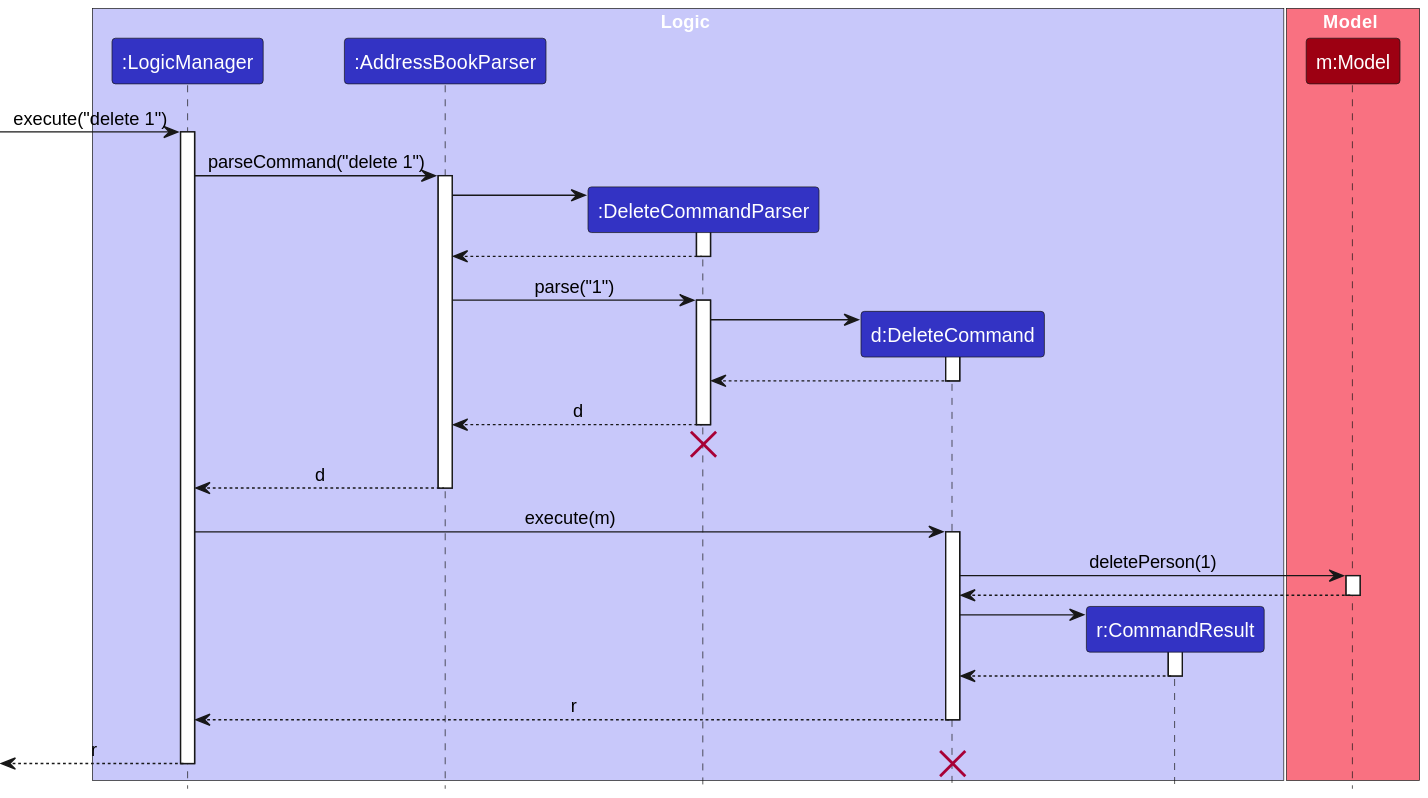
Above: docs/images/DeleteSequenceDiagram.svg in AY2324S2-CS2103-F15-1/tp (PlantUML), before the change. Source of this version:
```plantuml
@startuml
!include style.puml
skinparam ArrowFontStyle plain

box Logic LOGIC_COLOR_T1
participant ":LogicManager" as LogicManager LOGIC_COLOR
participant ":AddressBookParser" as AddressBookParser LOGIC_COLOR
participant ":DeleteCommandParser" as DeleteCommandParser LOGIC_COLOR
participant "d:DeleteCommand" as DeleteCommand LOGIC_COLOR
participant "r:CommandResult" as CommandResult LOGIC_COLOR
end box

box Model MODEL_COLOR_T1
participant "m:Model" as Model MODEL_COLOR
end box

[-> LogicManager : execute("delete 1")
activate LogicManager

LogicManager -> AddressBookParser : parseCommand("delete 1")
activate AddressBookParser

create DeleteCommandParser
AddressBookParser -> DeleteCommandParser
activate DeleteCommandParser

DeleteCommandParser --> AddressBookParser
deactivate DeleteCommandParser

AddressBookParser -> DeleteCommandParser : parse("1")
activate DeleteCommandParser

create DeleteCommand
DeleteCommandParser -> DeleteCommand
activate DeleteCommand

DeleteCommand --> DeleteCommandParser :
deactivate DeleteCommand

DeleteCommandParser --> AddressBookParser : d
deactivate DeleteCommandParser
DeleteCommandParser -[hidden]-> AddressBookParser
destroy DeleteCommandParser

AddressBookParser --> LogicManager : d
deactivate AddressBookParser

LogicManager -> DeleteCommand : execute(m)
activate DeleteCommand

DeleteCommand -> Model : deletePerson(1)
activate Model

Model --> DeleteCommand
deactivate Model

create CommandResult
DeleteCommand -> CommandResult
activate CommandResult

CommandResult --> DeleteCommand
deactivate CommandResult

DeleteCommand --> LogicManager : r
deactivate DeleteCommand

[<--LogicManager : r
deactivate LogicManager
destroy DeleteCommand
@enduml
```
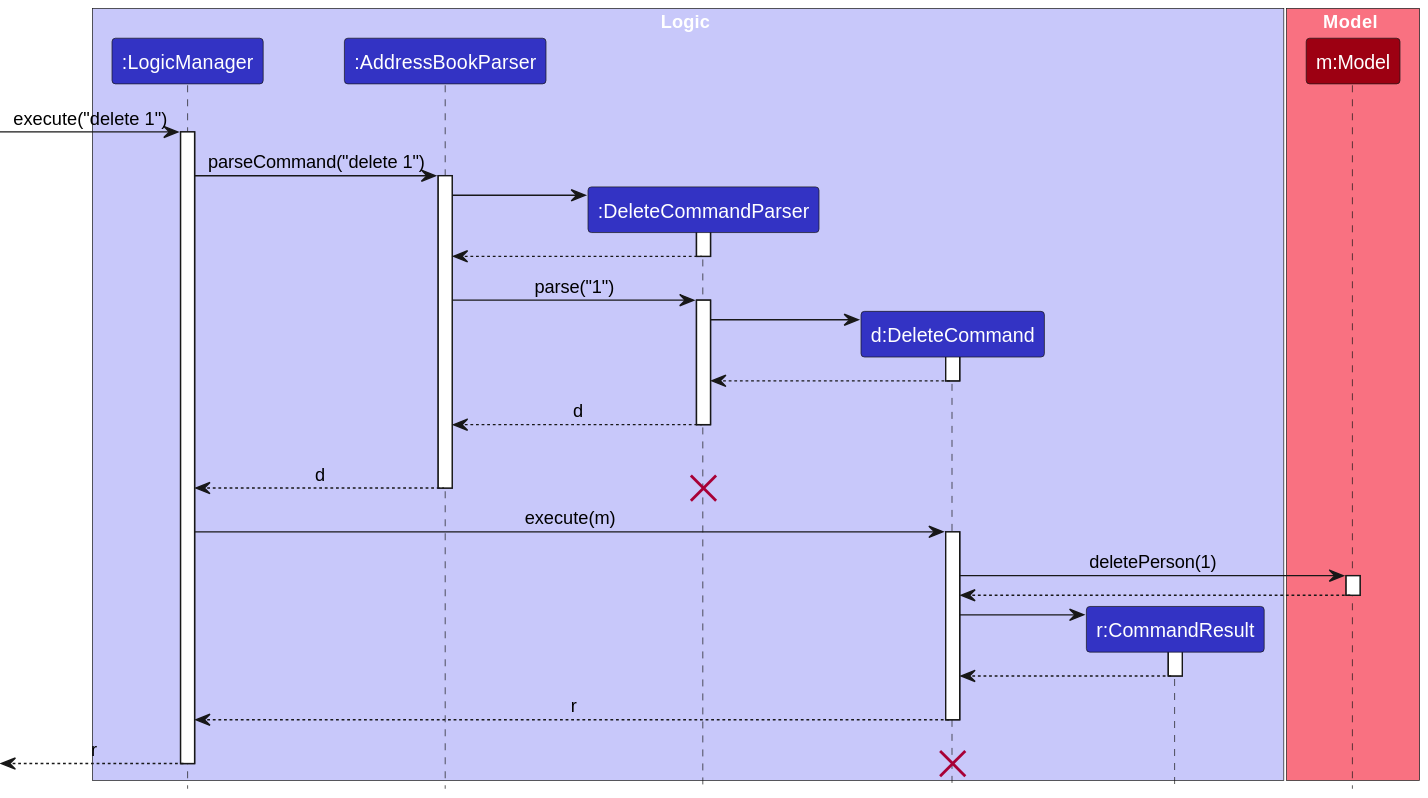
Above is the later version.

Change to the diagram source:
```diff
@@ -40,10 +40,10 @@
 DeleteCommandParser --> AddressBookParser : d
 deactivate DeleteCommandParser
 DeleteCommandParser -[hidden]-> AddressBookParser
-destroy DeleteCommandParser
 
 AddressBookParser --> LogicManager : d
 deactivate AddressBookParser
+destroy DeleteCommandParser
 
 LogicManager -> DeleteCommand : execute(m)
 activate DeleteCommand
```
